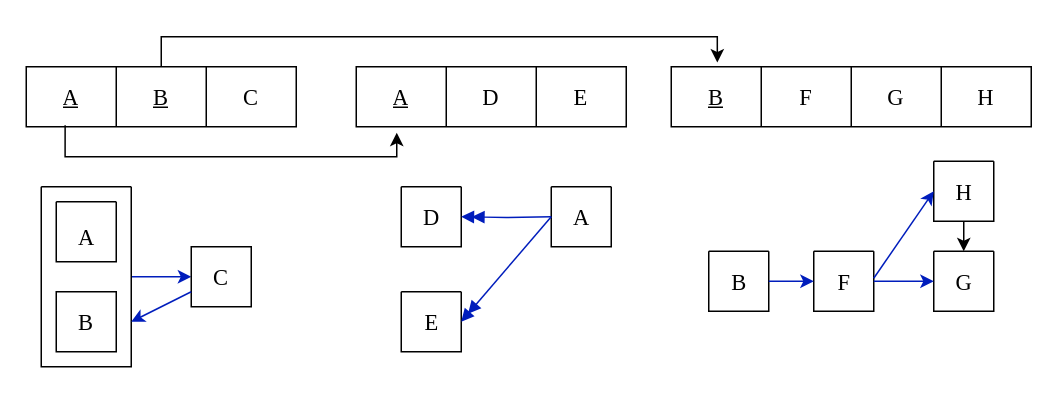
Earlier version of the draw.io diagram multivalue.drawio (skipnicky/Carleton-Computer-Science). Source tidied: cells renumbered, new cells numbered last; positions are measured from the earlier drawing's top-left corner, leaving out a move shared by most shapes. Both pictures are drawn from the tidied source at 150%, with x=0, y=0 at pixel (26, 36).
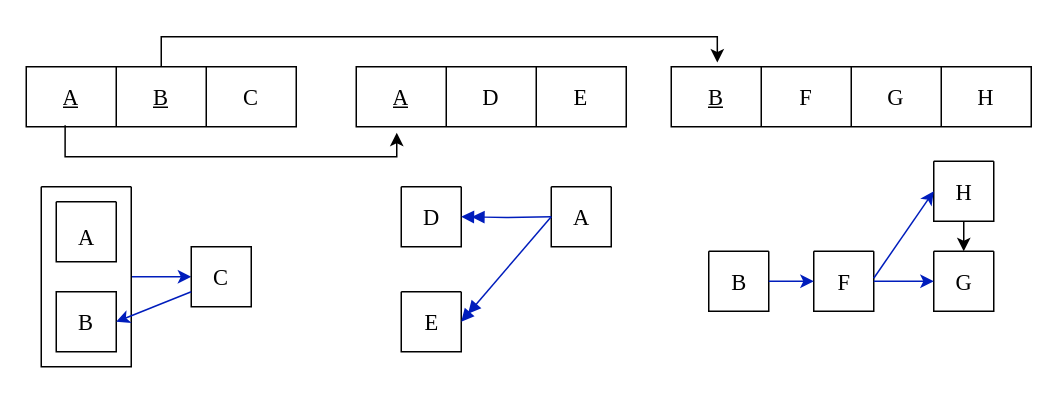
The same diagram, later.

Unchanged cells that the change refers to:
```xml
<mxCell id="4" value="&lt;font style=&quot;font-size: 15px;&quot;&gt;B&lt;/font&gt;" style="whiteSpace=wrap;html=1;fontFamily=Times New Roman;" parent="1" vertex="1">
  <mxGeometry x="20" y="170" width="40" height="40" as="geometry" />
</mxCell>
<mxCell id="6" style="swimlane;startSize=0;fontFamily=Times New Roman;" parent="1" vertex="1">
  <mxGeometry x="10" y="100" width="60" height="120" as="geometry" />
</mxCell>
<mxCell id="7" value="&lt;font style=&quot;font-size: 15px;&quot;&gt;C&lt;/font&gt;" style="whiteSpace=wrap;html=1;fontFamily=Times New Roman;" parent="1" vertex="1">
  <mxGeometry x="110" y="140" width="40" height="40" as="geometry" />
</mxCell>
```

Change to the diagram source:
```diff
@@
-    <mxCell id="8" style="endArrow=classic;html=1;rounded=0;exitX=0;exitY=0.75;exitDx=0;exitDy=0;entryX=1;entryY=0.75;entryDx=0;entryDy=0;fillColor=#0050ef;strokeColor=#001DBC;fontFamily=Times New Roman;" parent="1" edge="1" source="7" target="6">
+    <mxCell id="8" style="endArrow=classic;html=1;rounded=0;exitX=0;exitY=0.75;exitDx=0;exitDy=0;entryX=1;entryY=0.5;entryDx=0;entryDy=0;fillColor=#0050ef;strokeColor=#001DBC;fontFamily=Times New Roman;" parent="1" edge="1" source="7" target="4">
       <mxGeometry relative="1" as="geometry" />
     </mxCell>
```
